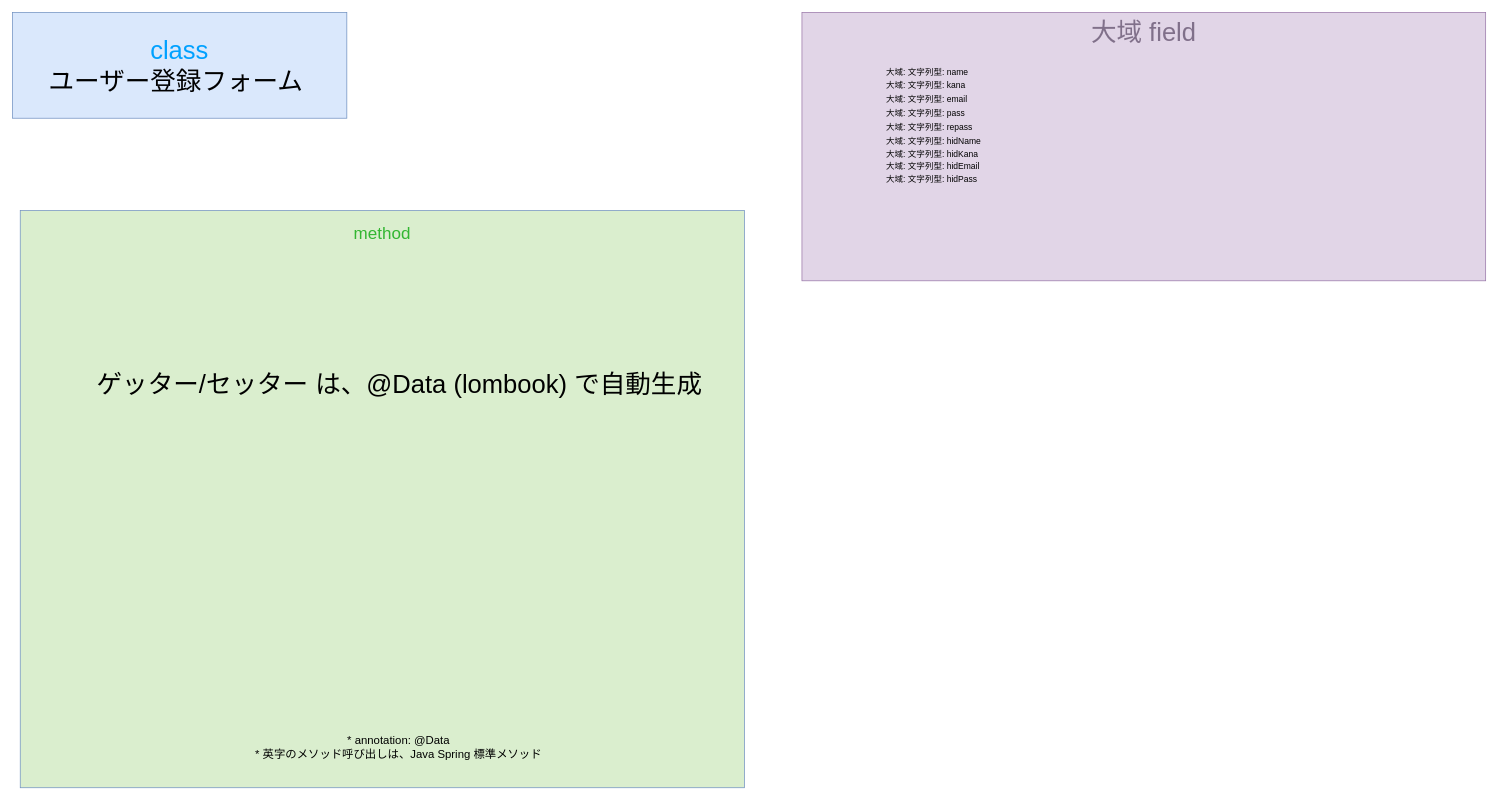
This is gijigengo/model/form/meeting_reservation_sys model_form_user SignupForm クラス 疑似言語.drawio from tro319/meeting_reservation_system, a draw.io file, before an edit. Source tidied: cells renumbered, new cells numbered last; positions are measured from the earlier drawing's top-left corner, leaving out a move shared by most shapes. Both pictures are drawn from the tidied source at 71%, with x=0, y=0 at pixel (12, 12).
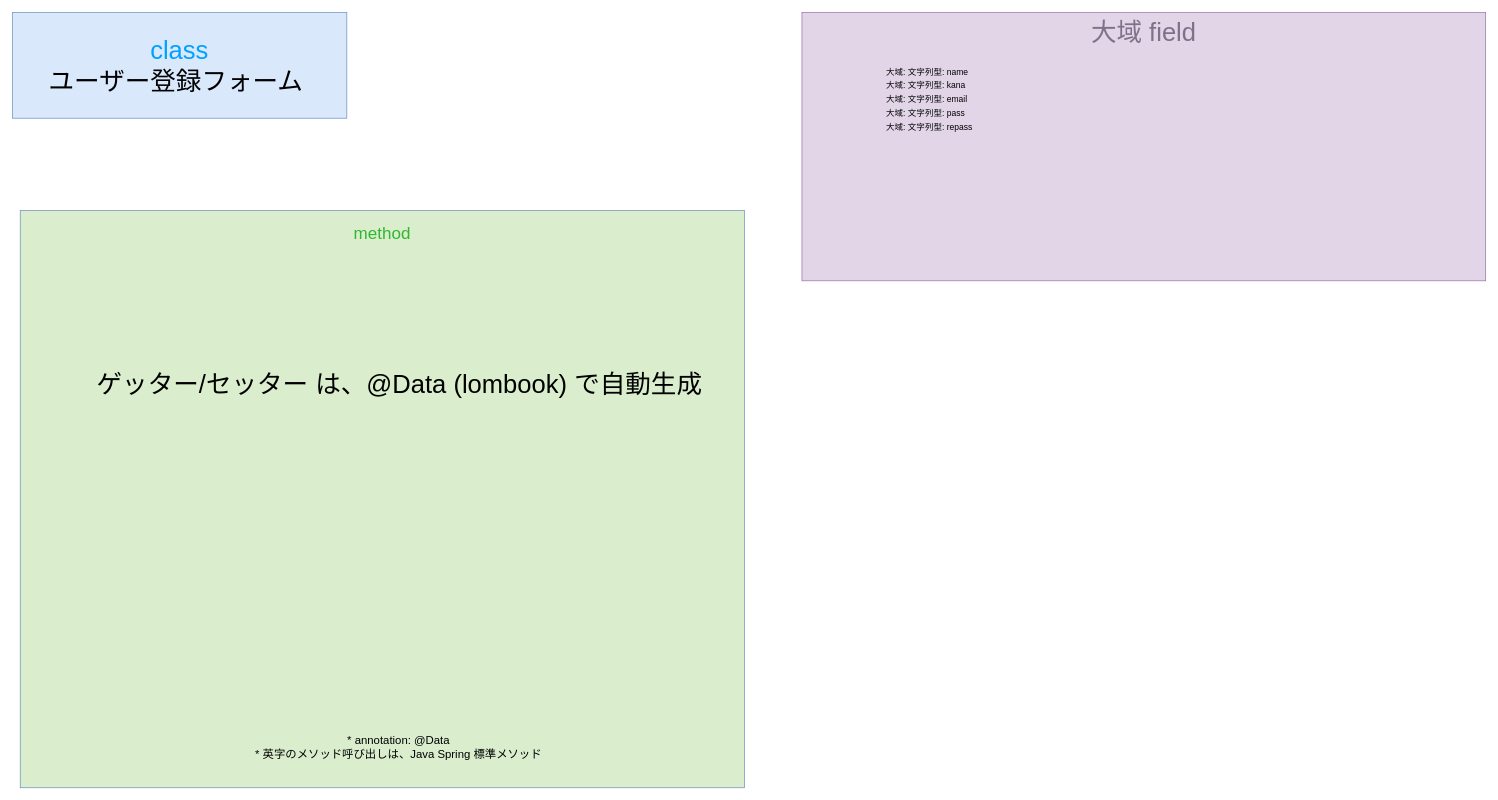
After the change.

The edit, as a diff of the source:
```diff
@@
 <mxGraphModel>
   <root>
     <mxCell id="0" />
     <mxCell id="1" parent="0" />
     <mxCell id="2" value="&lt;div&gt;&lt;span style=&quot;color: rgb(0, 161, 255);&quot;&gt;class&lt;/span&gt;&lt;/div&gt;&lt;div&gt;ユーザー登録フォーム&amp;nbsp;&lt;/div&gt;" style="text;html=1;whiteSpace=wrap;strokeColor=#6c8ebf;fillColor=#dae8fc;align=center;verticalAlign=middle;rounded=0;fontSize=36;" parent="1" vertex="1">
       <mxGeometry width="471" height="149" as="geometry" />
     </mxCell>
     <mxCell id="3" value="&lt;div&gt;&lt;font style=&quot;font-size: 24px;&quot;&gt;&lt;span style=&quot;color: rgb(50, 182, 49);&quot;&gt;&lt;span style=&quot;&quot;&gt;&lt;span style=&quot;&quot;&gt;&lt;span&gt;method&lt;/span&gt;&lt;/span&gt;&lt;/span&gt;&lt;/span&gt;&lt;/font&gt;&lt;/div&gt;&lt;div&gt;&lt;font style=&quot;font-size: 24px;&quot;&gt;&lt;span style=&quot;color: rgba(0, 0, 0, 0);&quot;&gt;&lt;span style=&quot;color: rgba(0, 0, 0, 0);&quot;&gt;&lt;span style=&quot;&quot;&gt;&lt;span style=&quot;&quot;&gt;&lt;br&gt;&lt;/span&gt;&lt;/span&gt;&lt;/span&gt;&lt;/span&gt;&lt;/font&gt;&lt;/div&gt;" style="text;html=1;whiteSpace=wrap;strokeColor=#6c8ebf;fillColor=light-dark(#daeece, #214210);align=center;verticalAlign=top;rounded=0;fontSize=36;fontColor=#00A1FF;" parent="1" vertex="1">
       <mxGeometry x="11" y="279" width="1020" height="813" as="geometry" />
     </mxCell>
     <mxCell id="4" value="ゲッター/セッター は、@Data (lombook) で自動生成" style="text;html=1;whiteSpace=wrap;strokeColor=none;fillColor=none;align=left;verticalAlign=middle;rounded=0;fontSize=36;" parent="1" vertex="1">
       <mxGeometry x="116.8" y="508" width="854.5" height="30" as="geometry" />
     </mxCell>
     <mxCell id="5" value="&lt;div&gt;&lt;br&gt;&lt;/div&gt;&lt;div&gt;&lt;span&gt;&lt;span&gt;&lt;span style=&quot;color: rgb(0, 0, 0);&quot;&gt;&lt;font style=&quot;font-size: 16px;&quot;&gt;* annotation: @Data&lt;/font&gt;&lt;/span&gt;&lt;/span&gt;&lt;/span&gt;&lt;/div&gt;&lt;div&gt;&lt;span&gt;&lt;span&gt;&lt;span style=&quot;color: rgb(0, 0, 0);&quot;&gt;&lt;font style=&quot;font-size: 16px;&quot;&gt;* 英字のメソッド呼び出しは、Java Spring 標準メソッド&lt;/font&gt;&lt;/span&gt;&lt;/span&gt;&lt;/span&gt;&lt;/div&gt;" style="text;html=1;whiteSpace=wrap;strokeColor=none;fillColor=none;align=center;verticalAlign=middle;rounded=0;" parent="1" vertex="1">
       <mxGeometry x="249" y="1012" width="590" height="30" as="geometry" />
     </mxCell>
     <mxCell id="6" value="&lt;font&gt;大域 field&lt;/font&gt;" style="rounded=0;whiteSpace=wrap;html=1;fillColor=#e1d5e7;strokeColor=#9673a6;verticalAlign=top;fontSize=36;fontColor=#80708A;" parent="1" vertex="1">
       <mxGeometry x="1112" width="963" height="378" as="geometry" />
     </mxCell>
     <mxCell id="7" value="大域: 文字列型: name" style="text;html=1;whiteSpace=wrap;strokeColor=none;fillColor=none;align=left;verticalAlign=middle;rounded=0;fontSize=12;" parent="1" vertex="1">
       <mxGeometry x="1229" y="70" width="590" height="30" as="geometry" />
     </mxCell>
     <mxCell id="8" value="大域: 文字列型: kana" style="text;html=1;whiteSpace=wrap;strokeColor=none;fillColor=none;align=left;verticalAlign=middle;rounded=0;fontSize=12;" parent="1" vertex="1">
       <mxGeometry x="1229" y="88" width="590" height="30" as="geometry" />
     </mxCell>
     <mxCell id="9" value="大域: 文字列型: email" style="text;html=1;whiteSpace=wrap;strokeColor=none;fillColor=none;align=left;verticalAlign=middle;rounded=0;fontSize=12;" parent="1" vertex="1">
       <mxGeometry x="1229" y="108" width="590" height="30" as="geometry" />
     </mxCell>
     <mxCell id="10" value="大域: 文字列型: pass" style="text;html=1;whiteSpace=wrap;strokeColor=none;fillColor=none;align=left;verticalAlign=middle;rounded=0;fontSize=12;" parent="1" vertex="1">
       <mxGeometry x="1229" y="128" width="590" height="30" as="geometry" />
     </mxCell>
     <mxCell id="11" value="大域: 文字列型: repass" style="text;html=1;whiteSpace=wrap;strokeColor=none;fillColor=none;align=left;verticalAlign=middle;rounded=0;fontSize=12;" parent="1" vertex="1">
       <mxGeometry x="1229" y="147" width="590" height="30" as="geometry" />
     </mxCell>
-    <mxCell id="12" value="大域: 文字列型: hidName" style="text;html=1;whiteSpace=wrap;strokeColor=none;fillColor=none;align=left;verticalAlign=middle;rounded=0;fontSize=12;" parent="1" vertex="1">
-      <mxGeometry x="1229" y="167" width="590" height="30" as="geometry" />
-    </mxCell>
-    <mxCell id="13" value="大域: 文字列型: hidKana" style="text;html=1;whiteSpace=wrap;strokeColor=none;fillColor=none;align=left;verticalAlign=middle;rounded=0;fontSize=12;" parent="1" vertex="1">
-      <mxGeometry x="1229" y="185" width="590" height="30" as="geometry" />
-    </mxCell>
-    <mxCell id="14" value="大域: 文字列型: hidEmail" style="text;html=1;whiteSpace=wrap;strokeColor=none;fillColor=none;align=left;verticalAlign=middle;rounded=0;fontSize=12;" parent="1" vertex="1">
-      <mxGeometry x="1229" y="202" width="590" height="30" as="geometry" />
-    </mxCell>
-    <mxCell id="15" value="大域: 文字列型: hidPass" style="text;html=1;whiteSpace=wrap;strokeColor=none;fillColor=none;align=left;verticalAlign=middle;rounded=0;fontSize=12;" parent="1" vertex="1">
-      <mxGeometry x="1229" y="220" width="590" height="30" as="geometry" />
-    </mxCell>
   </root>
 </mxGraphModel>
```
